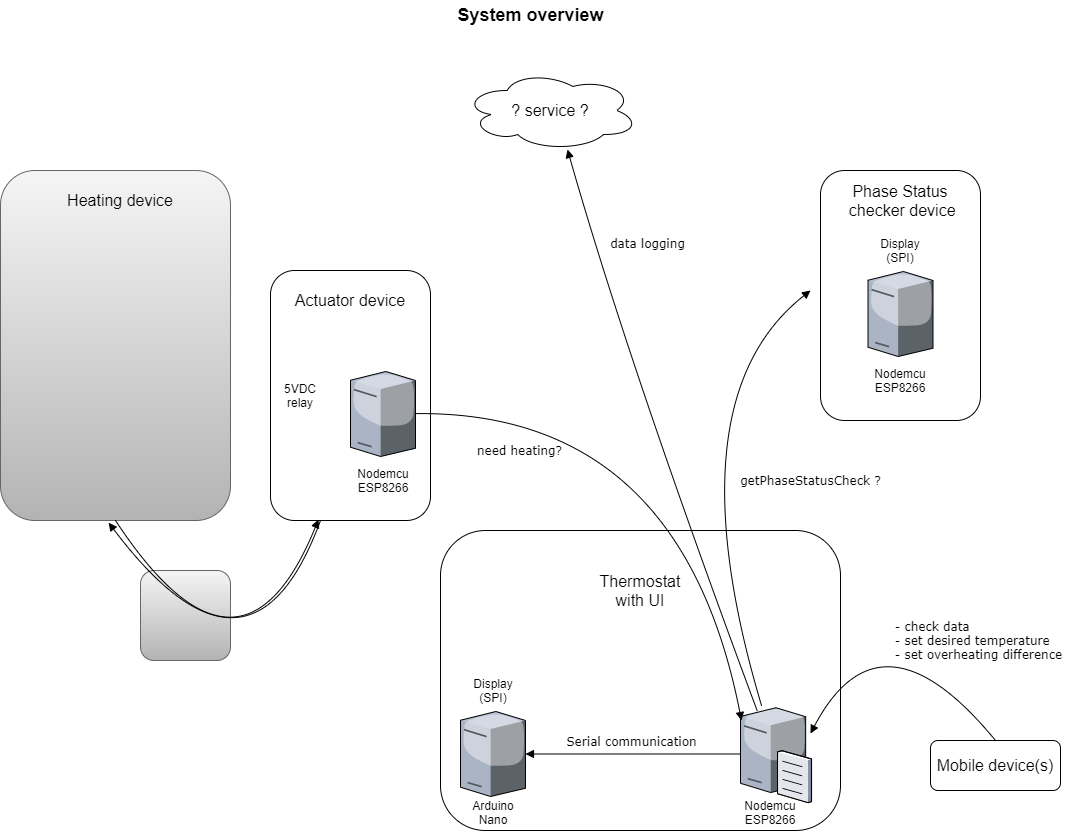
Before: IoT_Thermostat_v2.png, a diagram exported from draw.io (bbkbarbar/IoT-thermostat_Project). Source tidied: cells renumbered, new cells last; positions are measured from the earlier drawing's top-left corner, leaving out a move shared by most shapes. Source of this version:
```xml
<mxGraphModel>
  <root>
    <mxCell id="0" />
    <mxCell id="1" parent="0" />
    <mxCell id="2" style="group;" parent="1" vertex="1">
      <mxGeometry x="820" y="170" width="160" height="250" as="geometry" />
    </mxCell>
    <mxCell id="3" style="rounded=1;whiteSpace=wrap;html=1;" parent="2" vertex="1">
      <mxGeometry width="160" height="250" as="geometry" />
    </mxCell>
    <mxCell id="4" style="verticalLabelPosition=bottom;html=1;verticalAlign=top;strokeColor=none;shape=mxgraph.citrix.tower_server;rounded=0;shadow=0;comic=0;fontFamily=Verdana;" parent="2" vertex="1">
      <mxGeometry x="47.5" y="101" width="65" height="85" as="geometry" />
    </mxCell>
    <mxCell id="5" value="Phase Status&lt;br&gt;&amp;nbsp;checker device" style="text;html=1;strokeColor=none;fillColor=none;align=center;verticalAlign=middle;whiteSpace=wrap;rounded=0;fontSize=16;" parent="2" vertex="1">
      <mxGeometry x="20" y="10" width="120" height="40" as="geometry" />
    </mxCell>
    <mxCell id="6" value="Display&lt;br&gt;(SPI)" style="text;html=1;strokeColor=none;fillColor=none;align=center;verticalAlign=middle;whiteSpace=wrap;rounded=0;" parent="2" vertex="1">
      <mxGeometry x="60" y="70" width="40" height="20" as="geometry" />
    </mxCell>
    <mxCell id="7" value="Nodemcu&lt;br&gt;ESP8266" style="text;html=1;strokeColor=none;fillColor=none;align=center;verticalAlign=middle;whiteSpace=wrap;rounded=0;" parent="2" vertex="1">
      <mxGeometry x="60" y="200" width="40" height="20" as="geometry" />
    </mxCell>
    <mxCell id="8" style="rounded=1;whiteSpace=wrap;html=1;" parent="1" vertex="1">
      <mxGeometry x="440" y="530" width="400" height="300" as="geometry" />
    </mxCell>
    <mxCell id="9" style="verticalLabelPosition=bottom;html=1;verticalAlign=top;strokeColor=none;shape=mxgraph.citrix.file_server;rounded=0;shadow=0;comic=0;fontFamily=Verdana;" parent="1" vertex="1">
      <mxGeometry x="740" y="705" width="71" height="97" as="geometry" />
    </mxCell>
    <mxCell id="10" style="verticalLabelPosition=bottom;html=1;verticalAlign=top;strokeColor=none;shape=mxgraph.citrix.tower_server;rounded=0;shadow=0;comic=0;fontFamily=Verdana;" parent="1" vertex="1">
      <mxGeometry x="460" y="711" width="65" height="85" as="geometry" />
    </mxCell>
    <mxCell id="11" value="Thermostat with UI" style="text;html=1;strokeColor=none;fillColor=none;align=center;verticalAlign=middle;whiteSpace=wrap;rounded=0;fontSize=16;" parent="1" vertex="1">
      <mxGeometry x="600" y="570" width="80" height="40" as="geometry" />
    </mxCell>
    <mxCell id="12" value="Serial communication" style="edgeStyle=none;rounded=0;html=1;labelBackgroundColor=none;startArrow=none;startFill=0;endArrow=block;endFill=1;strokeWidth=1;fontFamily=Verdana;fontSize=12;" parent="1" edge="1" source="9" target="10">
      <mxGeometry x="20" y="140" as="geometry">
        <mxPoint x="-2" y="-13" as="offset" />
      </mxGeometry>
    </mxCell>
    <mxCell id="13" value="Display&lt;br&gt;(SPI)" style="text;html=1;strokeColor=none;fillColor=none;align=center;verticalAlign=middle;whiteSpace=wrap;rounded=0;" parent="1" vertex="1">
      <mxGeometry x="472.5" y="680" width="40" height="20" as="geometry" />
    </mxCell>
    <mxCell id="14" value="Arduino Nano" style="text;html=1;strokeColor=none;fillColor=none;align=center;verticalAlign=middle;whiteSpace=wrap;rounded=0;" parent="1" vertex="1">
      <mxGeometry x="472.5" y="802" width="40" height="20" as="geometry" />
    </mxCell>
    <mxCell id="15" value="Nodemcu&lt;br&gt;ESP8266" style="text;html=1;strokeColor=none;fillColor=none;align=center;verticalAlign=middle;whiteSpace=wrap;rounded=0;" parent="1" vertex="1">
      <mxGeometry x="750" y="802" width="40" height="20" as="geometry" />
    </mxCell>
    <mxCell id="16" value="getPhaseStatusCheck ?" style="html=1;labelBackgroundColor=none;startArrow=none;startFill=0;endArrow=block;endFill=1;strokeWidth=1;fontFamily=Verdana;fontSize=12;curved=1;" parent="1" edge="1" source="9">
      <mxGeometry x="-0.19" y="-111" relative="1" as="geometry">
        <mxPoint x="810" y="290" as="targetPoint" />
        <Array as="points">
          <mxPoint x="670" y="400" />
        </Array>
      </mxGeometry>
    </mxCell>
    <mxCell id="17" style="rounded=1;whiteSpace=wrap;html=1;" parent="1" vertex="1">
      <mxGeometry x="270" y="270" width="160" height="250" as="geometry" />
    </mxCell>
    <mxCell id="18" style="verticalLabelPosition=bottom;html=1;verticalAlign=top;strokeColor=none;shape=mxgraph.citrix.tower_server;rounded=0;shadow=0;comic=0;fontFamily=Verdana;" parent="1" vertex="1">
      <mxGeometry x="350" y="371" width="65" height="85" as="geometry" />
    </mxCell>
    <mxCell id="19" value="Actuator device" style="text;html=1;strokeColor=none;fillColor=none;align=center;verticalAlign=middle;whiteSpace=wrap;rounded=0;fontSize=16;" parent="1" vertex="1">
      <mxGeometry x="290" y="280" width="120" height="40" as="geometry" />
    </mxCell>
    <mxCell id="20" value="Nodemcu&lt;br&gt;ESP8266" style="text;html=1;strokeColor=none;fillColor=none;align=center;verticalAlign=middle;whiteSpace=wrap;rounded=0;" parent="1" vertex="1">
      <mxGeometry x="362.5" y="470" width="40" height="20" as="geometry" />
    </mxCell>
    <mxCell id="21" style="rounded=1;whiteSpace=wrap;html=1;gradientColor=#b3b3b3;fillColor=#f5f5f5;strokeColor=#666666;" parent="1" vertex="1">
      <mxGeometry y="170" width="230" height="350" as="geometry" />
    </mxCell>
    <mxCell id="22" value="Heating device" style="text;html=1;strokeColor=none;fillColor=none;align=center;verticalAlign=middle;whiteSpace=wrap;rounded=0;fontSize=16;" parent="1" vertex="1">
      <mxGeometry x="60" y="180" width="120" height="40" as="geometry" />
    </mxCell>
    <mxCell id="23" style="rounded=1;whiteSpace=wrap;html=1;fontSize=16;gradientColor=#b3b3b3;fillColor=#f5f5f5;strokeColor=#666666;" parent="1" vertex="1">
      <mxGeometry x="140" y="570" width="90" height="90" as="geometry" />
    </mxCell>
    <mxCell id="24" style="html=1;labelBackgroundColor=none;startArrow=none;startFill=0;endArrow=block;endFill=1;strokeWidth=1;fontFamily=Verdana;fontSize=12;curved=1;exitX=0.5;exitY=1;exitDx=0;exitDy=0;entryX=0.3;entryY=0.996;entryDx=0;entryDy=0;entryPerimeter=0;" parent="1" edge="1" source="21" target="17">
      <mxGeometry x="-0.37" y="-87" relative="1" as="geometry">
        <Array as="points">
          <mxPoint x="240" y="710" />
        </Array>
        <mxPoint x="1" as="offset" />
      </mxGeometry>
    </mxCell>
    <mxCell id="25" value="&lt;br&gt;" style="html=1;labelBackgroundColor=none;startArrow=none;startFill=0;endArrow=block;endFill=1;strokeWidth=1;fontFamily=Verdana;fontSize=12;curved=1;entryX=0.47;entryY=1.006;entryDx=0;entryDy=0;entryPerimeter=0;" parent="1" edge="1" target="21">
      <mxGeometry x="0.14" y="64" relative="1" as="geometry">
        <mxPoint x="320" y="520" as="sourcePoint" />
        <Array as="points">
          <mxPoint x="250" y="710" />
        </Array>
      </mxGeometry>
    </mxCell>
    <mxCell id="26" value="need heating?" style="html=1;labelBackgroundColor=none;startArrow=none;startFill=0;endArrow=block;endFill=1;strokeWidth=1;fontFamily=Verdana;fontSize=12;curved=1;entryX=0.014;entryY=0.155;entryDx=0;entryDy=0;entryPerimeter=0;" parent="1" edge="1" source="18" target="9">
      <mxGeometry x="-0.64" y="-38" relative="1" as="geometry">
        <Array as="points">
          <mxPoint x="680" y="410" />
        </Array>
      </mxGeometry>
    </mxCell>
    <mxCell id="27" style="ellipse;shape=cloud;whiteSpace=wrap;html=1;fontSize=16;" parent="1" vertex="1">
      <mxGeometry x="463" y="70" width="175" height="80" as="geometry" />
    </mxCell>
    <mxCell id="28" value="data logging" style="html=1;labelBackgroundColor=none;startArrow=none;startFill=0;endArrow=block;endFill=1;strokeWidth=1;fontFamily=Verdana;fontSize=12;curved=1;exitX=0.239;exitY=0.062;exitDx=0;exitDy=0;exitPerimeter=0;entryX=0.594;entryY=0.988;entryDx=0;entryDy=0;entryPerimeter=0;" parent="1" edge="1" source="9" target="27">
      <mxGeometry x="0.62" y="-51" relative="1" as="geometry">
        <Array as="points">
          <mxPoint x="630" y="370" />
        </Array>
      </mxGeometry>
    </mxCell>
    <mxCell id="29" value="? service ?" style="text;html=1;strokeColor=none;fillColor=none;align=center;verticalAlign=middle;whiteSpace=wrap;rounded=0;fontSize=16;" parent="1" vertex="1">
      <mxGeometry x="500" y="100" width="100" height="20" as="geometry" />
    </mxCell>
    <mxCell id="30" value="&lt;font style=&quot;font-size: 18px&quot;&gt;&lt;b&gt;System overview&lt;/b&gt;&lt;/font&gt;" style="text;html=1;strokeColor=none;fillColor=none;align=center;verticalAlign=middle;whiteSpace=wrap;rounded=0;fontSize=16;" parent="1" vertex="1">
      <mxGeometry x="388" width="285" height="30" as="geometry" />
    </mxCell>
    <mxCell id="31" value="Mobile device(s)" style="rounded=1;whiteSpace=wrap;html=1;fontSize=16;" parent="1" vertex="1">
      <mxGeometry x="930" y="740" width="130" height="50" as="geometry" />
    </mxCell>
    <mxCell id="32" value="&lt;div style=&quot;text-align: left&quot;&gt;&lt;span&gt;- check data&lt;/span&gt;&lt;/div&gt;&lt;div style=&quot;text-align: left&quot;&gt;&lt;span&gt;- set desired temperature&lt;/span&gt;&lt;/div&gt;&lt;div style=&quot;text-align: left&quot;&gt;&lt;span&gt;- set overheating difference&amp;nbsp;&lt;/span&gt;&lt;/div&gt;" style="html=1;labelBackgroundColor=none;startArrow=none;startFill=0;endArrow=block;endFill=1;strokeWidth=1;fontFamily=Verdana;fontSize=12;curved=1;exitX=0.5;exitY=0;exitDx=0;exitDy=0;entryX=0.986;entryY=0.289;entryDx=0;entryDy=0;entryPerimeter=0;" parent="1" edge="1" source="31" target="9">
      <mxGeometry x="-0.48" y="-52" relative="1" as="geometry">
        <Array as="points">
          <mxPoint x="880" y="600" />
        </Array>
      </mxGeometry>
    </mxCell>
    <mxCell id="33" value="5VDC relay" style="text;html=1;strokeColor=none;fillColor=none;align=center;verticalAlign=middle;whiteSpace=wrap;rounded=0;" parent="1" vertex="1">
      <mxGeometry x="280" y="385" width="40" height="20" as="geometry" />
    </mxCell>
  </root>
</mxGraphModel>
```
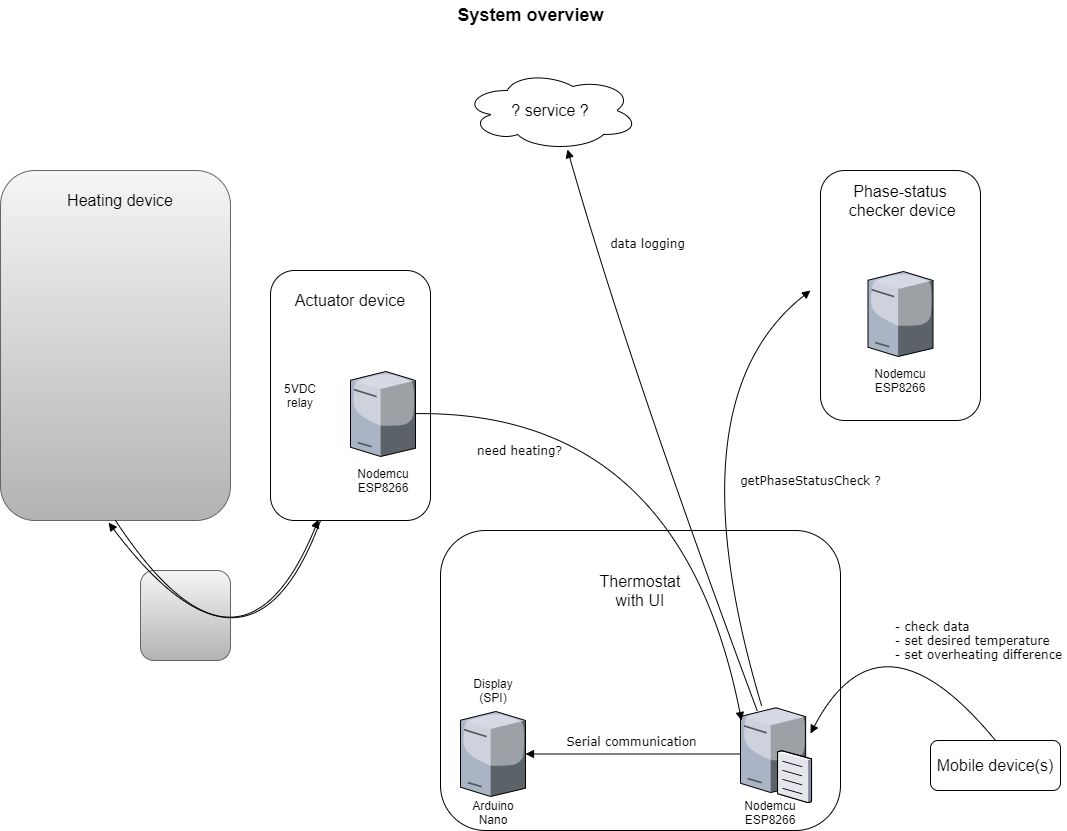
The same file after the commit.

What changed in the source:
```diff
@@ -11,12 +11,9 @@
     <mxCell id="4" style="verticalLabelPosition=bottom;html=1;verticalAlign=top;strokeColor=none;shape=mxgraph.citrix.tower_server;rounded=0;shadow=0;comic=0;fontFamily=Verdana;" parent="2" vertex="1">
       <mxGeometry x="47.5" y="101" width="65" height="85" as="geometry" />
     </mxCell>
-    <mxCell id="5" value="Phase Status&lt;br&gt;&amp;nbsp;checker device" style="text;html=1;strokeColor=none;fillColor=none;align=center;verticalAlign=middle;whiteSpace=wrap;rounded=0;fontSize=16;" parent="2" vertex="1">
+    <mxCell id="5" value="Phase-status&lt;br&gt;&amp;nbsp;checker device" style="text;html=1;strokeColor=none;fillColor=none;align=center;verticalAlign=middle;whiteSpace=wrap;rounded=0;fontSize=16;" parent="2" vertex="1">
       <mxGeometry x="20" y="10" width="120" height="40" as="geometry" />
     </mxCell>
-    <mxCell id="6" value="Display&lt;br&gt;(SPI)" style="text;html=1;strokeColor=none;fillColor=none;align=center;verticalAlign=middle;whiteSpace=wrap;rounded=0;" parent="2" vertex="1">
-      <mxGeometry x="60" y="70" width="40" height="20" as="geometry" />
-    </mxCell>
     <mxCell id="7" value="Nodemcu&lt;br&gt;ESP8266" style="text;html=1;strokeColor=none;fillColor=none;align=center;verticalAlign=middle;whiteSpace=wrap;rounded=0;" parent="2" vertex="1">
       <mxGeometry x="60" y="200" width="40" height="20" as="geometry" />
     </mxCell>
```
